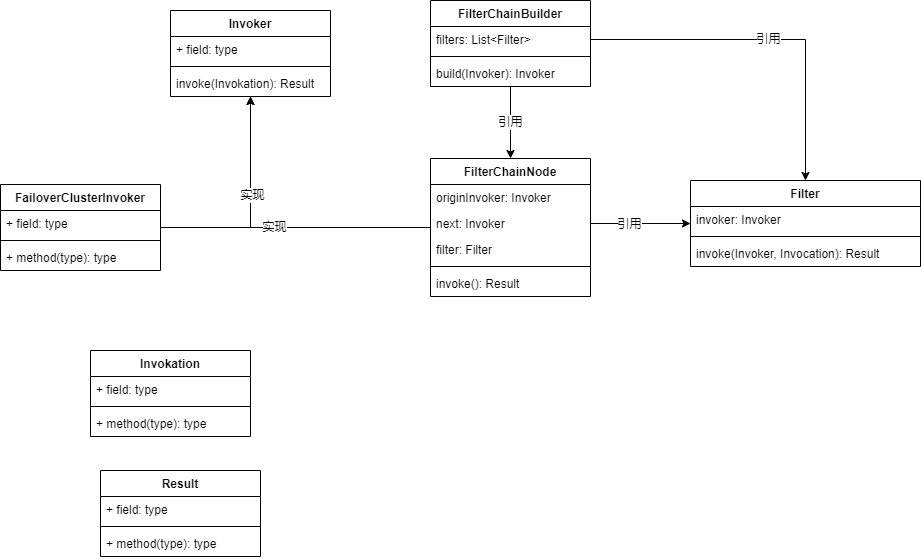
Earlier version of the draw.io export filter_chain.drawio.png (joeliangGZ/draw.io). Source tidied: cells renumbered, new cells last; positions are measured from the earlier drawing's top-left corner, leaving out a move shared by most shapes.
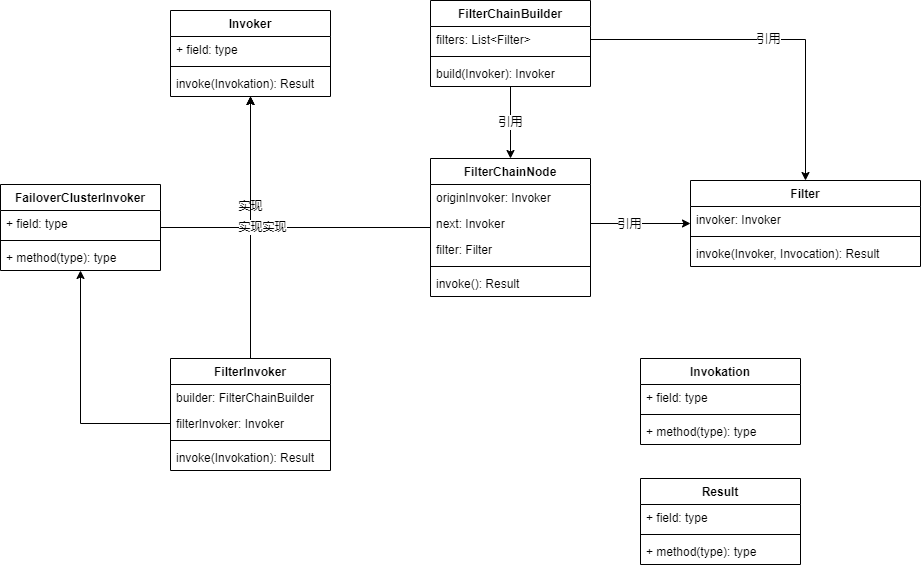
After the change.

What changed in the source:
```diff
@@ -15,7 +15,7 @@
       <mxGeometry y="60" width="160" height="26" as="geometry" />
     </mxCell>
     <mxCell id="6" value="Invokation" style="swimlane;fontStyle=1;align=center;verticalAlign=top;horizontal=1;startSize=26;" parent="1" vertex="1">
-      <mxGeometry x="90" y="350" width="160" height="86" as="geometry" />
+      <mxGeometry x="640" y="358" width="160" height="86" as="geometry" />
     </mxCell>
     <mxCell id="7" value="+ field: type" style="text;strokeColor=none;fillColor=none;align=left;verticalAlign=top;spacingLeft=4;spacingRight=4;overflow=hidden;" parent="6" vertex="1">
       <mxGeometry y="26" width="160" height="26" as="geometry" />
@@ -74,14 +74,9 @@
     <mxCell id="25" value="invoke(): Result" style="text;strokeColor=none;fillColor=none;align=left;verticalAlign=top;spacingLeft=4;spacingRight=4;overflow=hidden;" parent="20" vertex="1">
       <mxGeometry y="112" width="160" height="26" as="geometry" />
     </mxCell>
-    <mxCell id="26" style="edgeStyle=orthogonalEdgeStyle;rounded=0;jettySize=auto;html=1;" parent="1" edge="1" source="28" target="2">
+    <mxCell id="26" value="实现" style="edgeStyle=orthogonalEdgeStyle;rounded=0;jettySize=auto;html=1;" parent="1" edge="1" source="28" target="2">
       <mxGeometry relative="1" as="geometry" />
     </mxCell>
-    <mxCell id="27" value="实现" style="edgeLabel;html=1;align=center;verticalAlign=middle;" parent="26" vertex="1">
-      <mxGeometry x="0.12" relative="1" as="geometry">
-        <mxPoint x="1" as="offset" />
-      </mxGeometry>
-    </mxCell>
     <mxCell id="28" value="FailoverClusterInvoker" style="swimlane;fontStyle=1;align=center;verticalAlign=top;horizontal=1;startSize=26;" parent="1" vertex="1">
       <mxGeometry y="184" width="160" height="86" as="geometry" />
     </mxCell>
@@ -95,7 +90,7 @@
       <mxGeometry y="60" width="160" height="26" as="geometry" />
     </mxCell>
     <mxCell id="32" value="Result" style="swimlane;fontStyle=1;align=center;verticalAlign=top;horizontal=1;startSize=26;" parent="1" vertex="1">
-      <mxGeometry x="100" y="470" width="160" height="86" as="geometry" />
+      <mxGeometry x="640" y="478" width="160" height="86" as="geometry" />
     </mxCell>
     <mxCell id="33" value="+ field: type" style="text;strokeColor=none;fillColor=none;align=left;verticalAlign=top;spacingLeft=4;spacingRight=4;overflow=hidden;" parent="32" vertex="1">
       <mxGeometry y="26" width="160" height="26" as="geometry" />
@@ -117,5 +112,26 @@
         <mxPoint x="1" as="offset" />
       </mxGeometry>
     </mxCell>
+    <mxCell id="27" value="实现" style="edgeStyle=orthogonalEdgeStyle;rounded=0;jettySize=auto;html=1;" parent="1" edge="1" source="39" target="2">
+      <mxGeometry relative="1" as="geometry" />
+    </mxCell>
+    <mxCell id="39" value="FilterInvoker" style="swimlane;fontStyle=1;align=center;verticalAlign=top;horizontal=1;startSize=26;" parent="1" vertex="1">
+      <mxGeometry x="170" y="358" width="160" height="112" as="geometry" />
+    </mxCell>
+    <mxCell id="40" value="builder: FilterChainBuilder" style="text;strokeColor=none;fillColor=none;align=left;verticalAlign=top;spacingLeft=4;spacingRight=4;overflow=hidden;" parent="39" vertex="1">
+      <mxGeometry y="26" width="160" height="26" as="geometry" />
+    </mxCell>
+    <mxCell id="41" value="filterInvoker: Invoker" style="text;strokeColor=none;fillColor=none;align=left;verticalAlign=top;spacingLeft=4;spacingRight=4;overflow=hidden;points=[[0,0.5],[1,0.5]];portConstraint=eastwest;" parent="39" vertex="1">
+      <mxGeometry y="52" width="160" height="26" as="geometry" />
+    </mxCell>
+    <mxCell id="42" style="line;strokeWidth=1;fillColor=none;align=left;verticalAlign=middle;spacingTop=-1;spacingLeft=3;spacingRight=3;labelPosition=right;strokeColor=inherit;" parent="39" vertex="1">
+      <mxGeometry y="78" width="160" height="8" as="geometry" />
+    </mxCell>
+    <mxCell id="43" value="invoke(Invokation): Result " style="text;strokeColor=none;fillColor=none;align=left;verticalAlign=top;spacingLeft=4;spacingRight=4;overflow=hidden;" parent="39" vertex="1">
+      <mxGeometry y="86" width="160" height="26" as="geometry" />
+    </mxCell>
+    <mxCell id="44" style="edgeStyle=orthogonalEdgeStyle;rounded=0;jettySize=auto;html=1;" parent="1" edge="1" source="41" target="28">
+      <mxGeometry relative="1" as="geometry" />
+    </mxCell>
   </root>
 </mxGraphModel>
```
